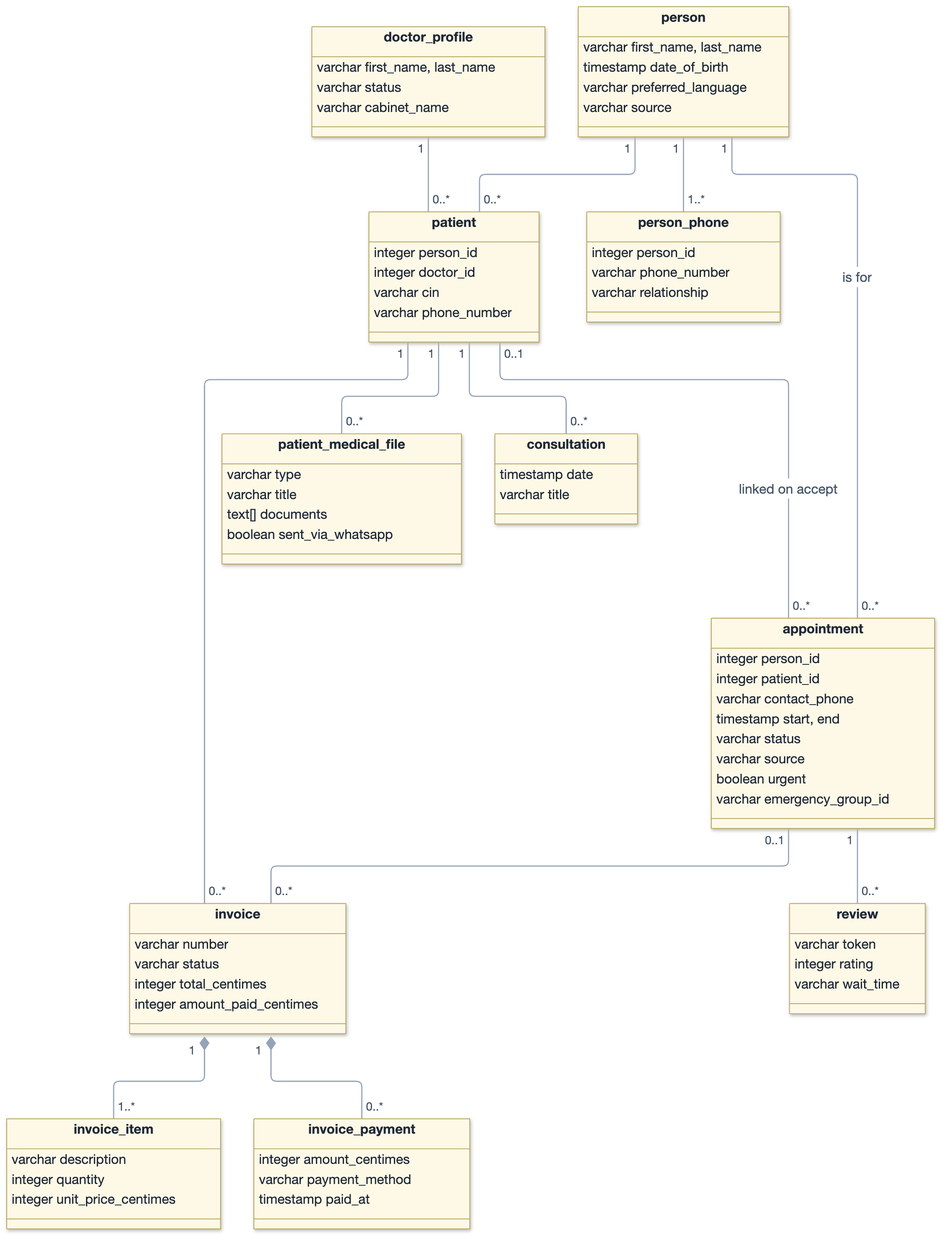
Above: images/diagrams/class_diagram_people_care.png in AtriOmar/riaya-report (Mermaid), before the change. Its source is kept beside it as images/diagrams/src/class_diagram_people_care.mmd.
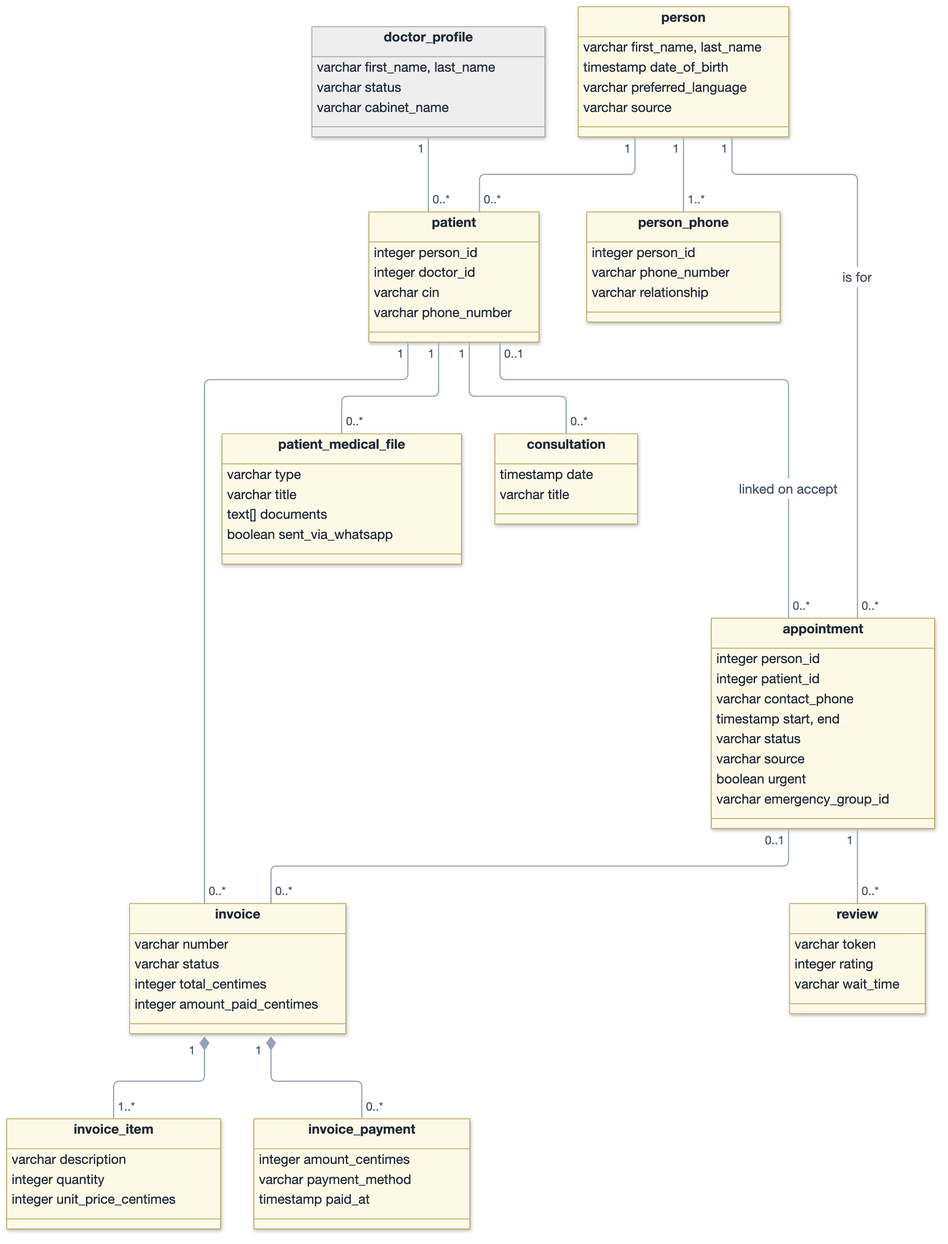
After the commit.

What changed in the source:
```diff
@@ -77,3 +77,6 @@
 patient "1" -- "0..*" invoice
 invoice "1" *-- "1..*" invoice_item
 invoice "1" *-- "0..*" invoice_payment
+
+classDef ref fill:#EEEEEE,stroke:#A3A3A3
+class doctor_profile:::ref
```
